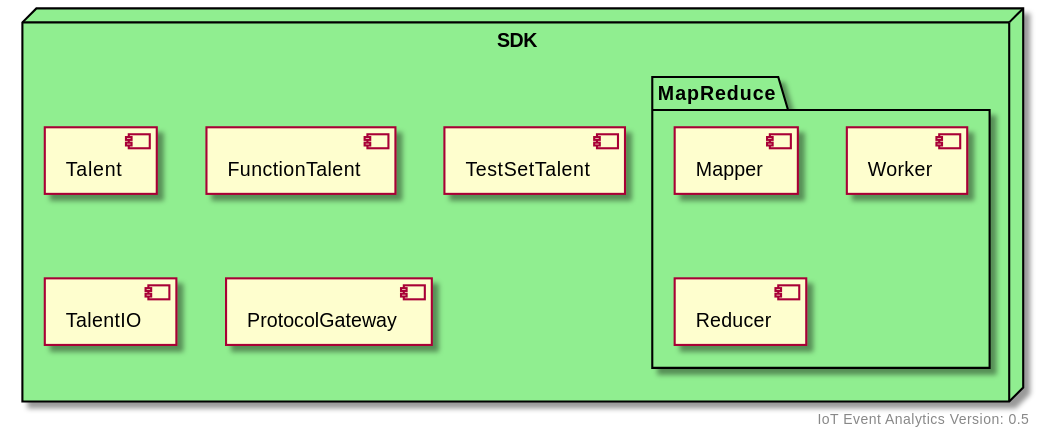
The PlantUML diagram docs/topics/assets/plantuml/components_sdk.svg in COVESA/iot-event-analytics, before a commit.
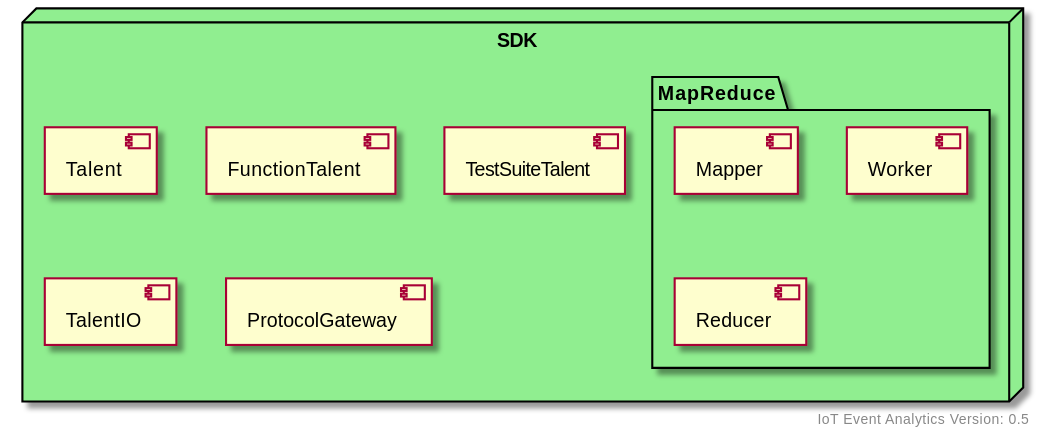
Later version of the same file.

Change to the diagram source:
```diff
@@ -9,7 +9,7 @@
 
     component Talent
     component FunctionTalent
-    component TestSetTalent
+    component TestSuiteTalent
     component TalentIO
     component ProtocolGateway
 
```
